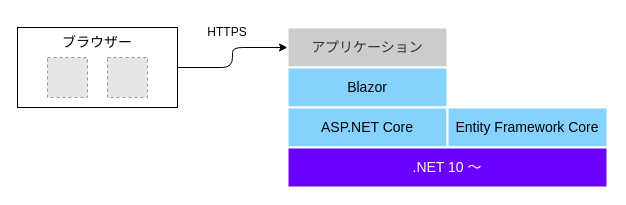
Earlier version of the draw.io diagram documents/_materials/images/app-architecture/overview/server-side-rendering-maris-light.drawio (AlesInfiny/maris). Source tidied: cells renumbered, new cells numbered last; positions are measured from the earlier drawing's top-left corner, leaving out a move shared by most shapes. Both pictures are drawn from the tidied source at 100%, with x=0, y=0 at pixel (17, 17). Pictures stored in the file or linked from it are replaced by grey dashed boxes.
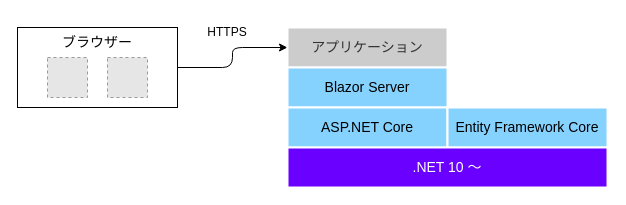
The same diagram, later.

Commit message (it also covers changes not shown here):
Blazor → Blazor Server に変更

What changed in the source:
```diff
@@
 <mxGraphModel>
   <root>
     <mxCell id="0" />
     <mxCell id="1" parent="0" />
     <mxCell id="2" style="edgeStyle=orthogonalEdgeStyle;html=1;entryX=0;entryY=0.5;entryDx=0;entryDy=0;" parent="1" edge="1" source="3" target="6">
       <mxGeometry relative="1" as="geometry" />
     </mxCell>
     <mxCell id="3" value="ブラウザー" style="rounded=0;whiteSpace=wrap;html=1;verticalAlign=top;fontSize=14;" parent="1" vertex="1">
       <mxGeometry y="10" width="160" height="80" as="geometry" />
     </mxCell>
     <mxCell id="4" style="fillColor=#E6E6E6;strokeColor=#999999;dashed=1;verticalLabelPosition=bottom;labelBackgroundColor=#ffffff;verticalAlign=top;fontFamily=Noto Sans JP;" parent="1" vertex="1">
       <mxGeometry x="90" y="40" width="40" height="40" as="geometry" />
     </mxCell>
     <mxCell id="5" style="fillColor=#E6E6E6;strokeColor=#999999;dashed=1;verticalLabelPosition=bottom;labelBackgroundColor=#ffffff;verticalAlign=top;fontFamily=Noto Sans JP;" parent="1" vertex="1">
       <mxGeometry x="30" y="40" width="40" height="40" as="geometry" />
     </mxCell>
     <mxCell id="6" value="アプリケーション" style="rounded=0;whiteSpace=wrap;html=1;fillColor=#CCCCCC;strokeColor=#FFFFFF;fontColor=#333333;strokeWidth=2;fontSize=14;" parent="1" vertex="1">
       <mxGeometry x="270" y="10" width="160" height="40" as="geometry" />
     </mxCell>
-    <mxCell id="7" value="Blazor" style="rounded=0;whiteSpace=wrap;html=1;strokeColor=#FFFFFF;fillColor=#85D2FF;strokeWidth=2;fontSize=14;" parent="1" vertex="1">
+    <mxCell id="7" value="Blazor Server" style="rounded=0;whiteSpace=wrap;html=1;strokeColor=#FFFFFF;fillColor=#85D2FF;strokeWidth=2;fontSize=14;" parent="1" vertex="1">
       <mxGeometry x="270" y="50" width="160" height="40" as="geometry" />
     </mxCell>
     <mxCell id="8" value="ASP.NET Core" style="rounded=0;whiteSpace=wrap;html=1;strokeColor=#FFFFFF;fillColor=#85D2FF;strokeWidth=2;fontSize=14;" parent="1" vertex="1">
       <mxGeometry x="270" y="90" width="160" height="40" as="geometry" />
     </mxCell>
     <mxCell id="9" value="Entity Framework Core" style="rounded=0;whiteSpace=wrap;html=1;strokeColor=#FFFFFF;fillColor=#85D2FF;strokeWidth=2;fontSize=14;" parent="1" vertex="1">
       <mxGeometry x="430" y="90" width="160" height="40" as="geometry" />
     </mxCell>
     <mxCell id="10" value="&lt;font style=&quot;color: rgb(255, 255, 255);&quot;&gt;.NET 10 ～&lt;/font&gt;" style="rounded=0;whiteSpace=wrap;html=1;strokeColor=#FFFFFF;fillColor=#6A00FF;strokeWidth=2;fontSize=14;" parent="1" vertex="1">
       <mxGeometry x="270" y="130" width="320" height="40" as="geometry" />
     </mxCell>
     <mxCell id="11" value="HTTPS" style="text;html=1;align=center;verticalAlign=middle;whiteSpace=wrap;rounded=0;" parent="1" vertex="1">
       <mxGeometry x="180" width="60" height="30" as="geometry" />
     </mxCell>
   </root>
 </mxGraphModel>
```
